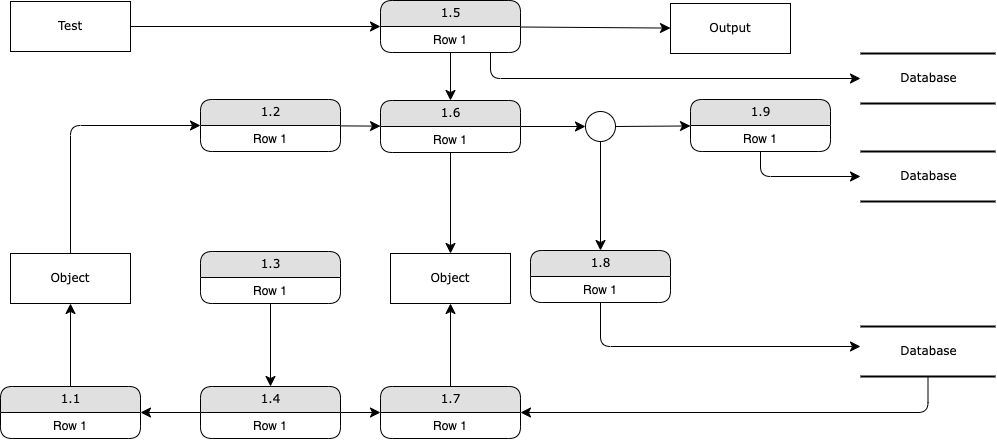
The draw.io diagram Documentation/DFD.drawio.png in PerryDonahue/ISQA8810-001, before a commit. Source tidied: cells renumbered, new cells last; positions are measured from the earlier drawing's top-left corner, leaving out a move shared by most shapes.
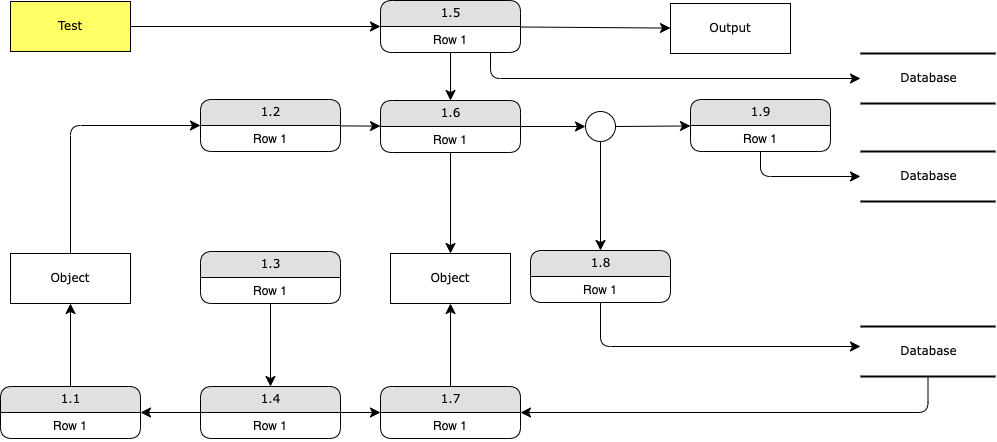
After the change.

The edit, as a diff of the source:
```diff
@@ -14,7 +14,7 @@
     <mxCell id="5" style="edgeStyle=none;html=1;labelBackgroundColor=none;startFill=0;startSize=8;endFill=1;endSize=8;fontFamily=Verdana;fontSize=12;" parent="1" edge="1" source="6" target="10">
       <mxGeometry relative="1" as="geometry" />
     </mxCell>
-    <mxCell id="6" value="Test" style="whiteSpace=wrap;html=1;rounded=0;shadow=0;comic=0;labelBackgroundColor=none;strokeWidth=1;fontFamily=Verdana;fontSize=12;align=center;" parent="1" vertex="1">
+    <mxCell id="6" value="Test" style="whiteSpace=wrap;html=1;rounded=0;shadow=0;comic=0;labelBackgroundColor=none;strokeWidth=1;fontFamily=Verdana;fontSize=12;align=center;fillColor=light-dark(#FFFF66,var(--ge-dark-color, #121212));" parent="1" vertex="1">
       <mxGeometry x="10" y="1" width="120" height="50" as="geometry" />
     </mxCell>
     <mxCell id="7" style="edgeStyle=none;html=1;labelBackgroundColor=none;startFill=0;startSize=8;endFill=1;endSize=8;fontFamily=Verdana;fontSize=12;" parent="1" edge="1" source="10" target="4">
```
